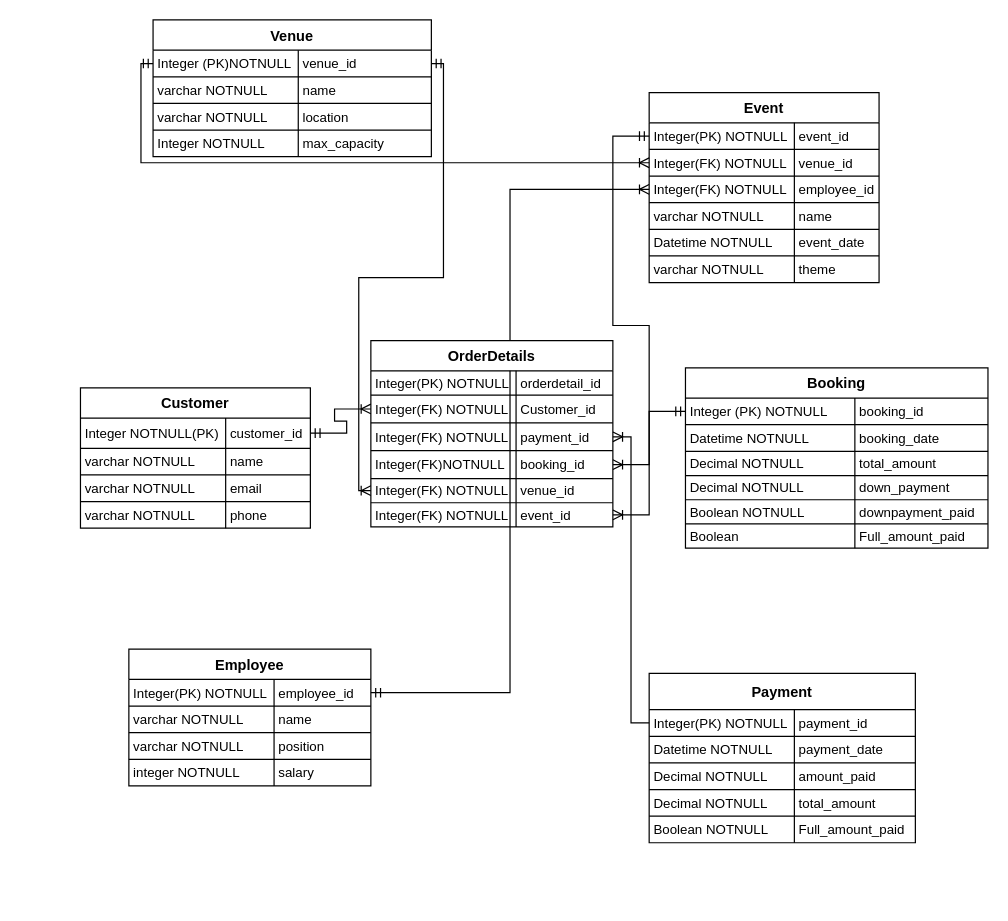
Hazan313/Capstone_1_SQL_W4_Exercises keeps this draw.io diagram as page "Page-1" (1 of 2) of F1_Capstone1_ER_Diagram.drawio. Above is the earlier version. Source tidied: cells renumbered, new cells numbered last; positions are measured from the earlier drawing's top-left corner, leaving out a move shared by most shapes. Both pictures are drawn from the tidied source at 121%, with x=0, y=0 at pixel (80, 19).
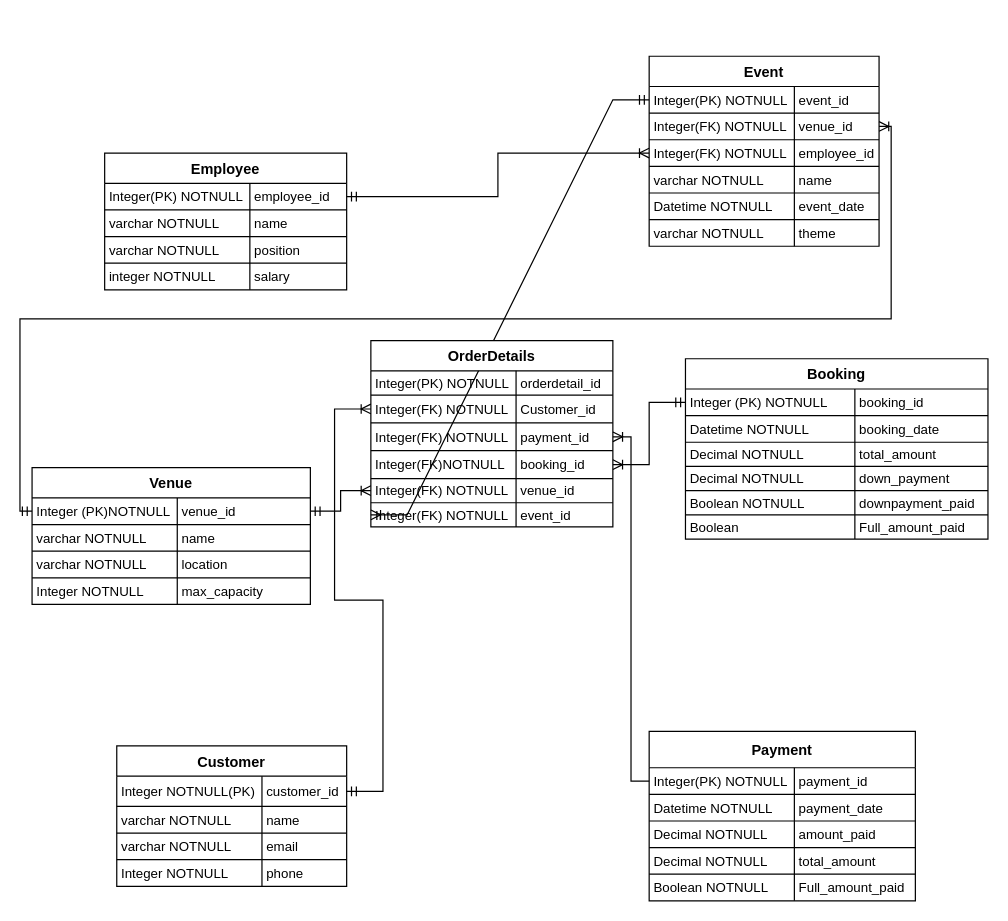
Above is the later version.

Unchanged cells that the change refers to:
```xml
<mxCell id="13" style="shape=tableRow;horizontal=0;startSize=0;swimlaneHead=0;swimlaneBody=0;fillColor=none;top=0;left=0;right=0;bottom=0;" parent="3" vertex="1">
  <mxGeometry y="94" width="190" height="22" as="geometry" />
</mxCell>
<mxCell id="65" style="shape=tableRow;horizontal=0;startSize=0;swimlaneHead=0;swimlaneBody=0;fillColor=none;points=[[0,0.5],[1,0.5]];portConstraint=eastwest;top=0;left=0;right=0;bottom=0;" parent="64" vertex="1">
  <mxGeometry y="25" width="230" height="22" as="geometry" />
</mxCell>
<mxCell id="78" style="shape=tableRow;horizontal=0;startSize=0;swimlaneHead=0;swimlaneBody=0;fillColor=none;points=[[0,0.5],[1,0.5]];portConstraint=eastwest;top=0;left=0;right=0;bottom=0;" parent="77" vertex="1">
  <mxGeometry y="25" width="190" height="22" as="geometry" />
</mxCell>
<mxCell id="81" style="shape=tableRow;horizontal=0;startSize=0;swimlaneHead=0;swimlaneBody=0;fillColor=none;points=[[0,0.5],[1,0.5]];portConstraint=eastwest;top=0;left=0;right=0;bottom=0;" parent="77" vertex="1">
  <mxGeometry y="47" width="190" height="22" as="geometry" />
</mxCell>
<mxCell id="118" style="shape=tableRow;horizontal=0;startSize=0;swimlaneHead=0;swimlaneBody=0;fillColor=none;points=[[0,0.5],[1,0.5]];portConstraint=eastwest;top=0;left=0;right=0;bottom=0;" parent="102" vertex="1">
  <mxGeometry y="134" width="200" height="20" as="geometry" />
</mxCell>
```

The edit, as a diff of the source:
```diff
@@
+    <mxCell id="101" style="edgeStyle=entityRelationEdgeStyle;fontSize=12;html=1;endArrow=ERoneToMany;startArrow=ERmandOne;rounded=0;exitX=0;exitY=0.5;exitDx=0;exitDy=0;entryX=0;entryY=0.5;entryDx=0;entryDy=0;" parent="1" edge="1" source="78" target="118">
+      <mxGeometry relative="1" as="geometry" />
+    </mxCell>
@@
     <mxCell id="3" value="Customer" style="shape=table;startSize=25;childLayout=tableLayout;rowLines=1;fontStyle=1;align=center;" parent="1" vertex="1">
-      <mxGeometry y="304" width="190" height="116" as="geometry" />
+      <mxGeometry x="30" y="600" width="190" height="116" as="geometry" />
     </mxCell>
@@
-    <mxCell id="14" value="varchar NOTNULL" style="shape=partialRectangle;fillColor=none;top=0;left=0;bottom=0;right=0;align=left;spacingLeft=2;overflow=hidden;fontSize=11;" parent="13" vertex="1">
+    <mxCell id="14" value="Integer NOTNULL" style="shape=partialRectangle;fillColor=none;top=0;left=0;bottom=0;right=0;align=left;spacingLeft=2;overflow=hidden;fontSize=11;" parent="13" vertex="1">
       <mxGeometry width="120" height="22" as="geometry" />
     </mxCell>
@@
     <mxCell id="16" value="Booking" style="shape=table;startSize=25;childLayout=tableLayout;rowLines=1;fontStyle=1;align=center;" parent="1" vertex="1">
-      <mxGeometry x="500" y="287.5" width="250" height="149" as="geometry" />
+      <mxGeometry x="500" y="280" width="250" height="149" as="geometry" />
     </mxCell>
@@
     <mxCell id="35" value="Employee" style="shape=table;startSize=25;childLayout=tableLayout;rowLines=1;fontStyle=1;align=center;" parent="1" vertex="1">
-      <mxGeometry x="40" y="520" width="200" height="113" as="geometry" />
+      <mxGeometry x="20" y="110" width="200" height="113" as="geometry" />
     </mxCell>
@@
     <mxCell id="48" value="Payment" style="shape=table;startSize=30;childLayout=tableLayout;rowLines=1;fontStyle=1;align=center;" parent="1" vertex="1">
-      <mxGeometry x="470" y="540" width="220" height="140" as="geometry" />
+      <mxGeometry x="470" y="588" width="220" height="140" as="geometry" />
     </mxCell>
@@
     <mxCell id="64" value="Venue" style="shape=table;startSize=25;childLayout=tableLayout;rowLines=1;fontStyle=1;align=center;" parent="1" vertex="1">
-      <mxGeometry x="60" width="230" height="113" as="geometry" />
+      <mxGeometry x="-40" y="370" width="230" height="113" as="geometry" />
     </mxCell>
@@
     <mxCell id="77" value="Event" style="shape=table;startSize=25;childLayout=tableLayout;rowLines=1;fontStyle=1;align=center;" parent="1" vertex="1">
-      <mxGeometry x="470" y="60" width="190" height="157" as="geometry" />
+      <mxGeometry x="470" y="30" width="190" height="157" as="geometry" />
     </mxCell>
@@
-    <mxCell id="100" style="edgeStyle=orthogonalEdgeStyle;fontSize=12;html=1;endArrow=ERoneToMany;startArrow=ERmandOne;rounded=0;entryX=0;entryY=0.5;entryDx=0;entryDy=0;exitX=0;exitY=0.5;exitDx=0;exitDy=0;" parent="1" edge="1" source="65" target="81">
+    <mxCell id="100" style="edgeStyle=orthogonalEdgeStyle;fontSize=12;html=1;endArrow=ERoneToMany;startArrow=ERmandOne;rounded=0;exitX=0;exitY=0.5;exitDx=0;exitDy=0;entryX=1;entryY=0.5;entryDx=0;entryDy=0;" parent="1" edge="1" source="65" target="81">
       <mxGeometry relative="1" as="geometry" />
     </mxCell>
-    <mxCell id="101" style="edgeStyle=entityRelationEdgeStyle;fontSize=12;html=1;endArrow=ERoneToMany;startArrow=ERmandOne;rounded=0;exitX=0;exitY=0.5;exitDx=0;exitDy=0;entryX=1;entryY=0.5;entryDx=0;entryDy=0;" parent="1" edge="1" source="78" target="118">
-      <mxGeometry relative="1" as="geometry" />
-    </mxCell>
```
